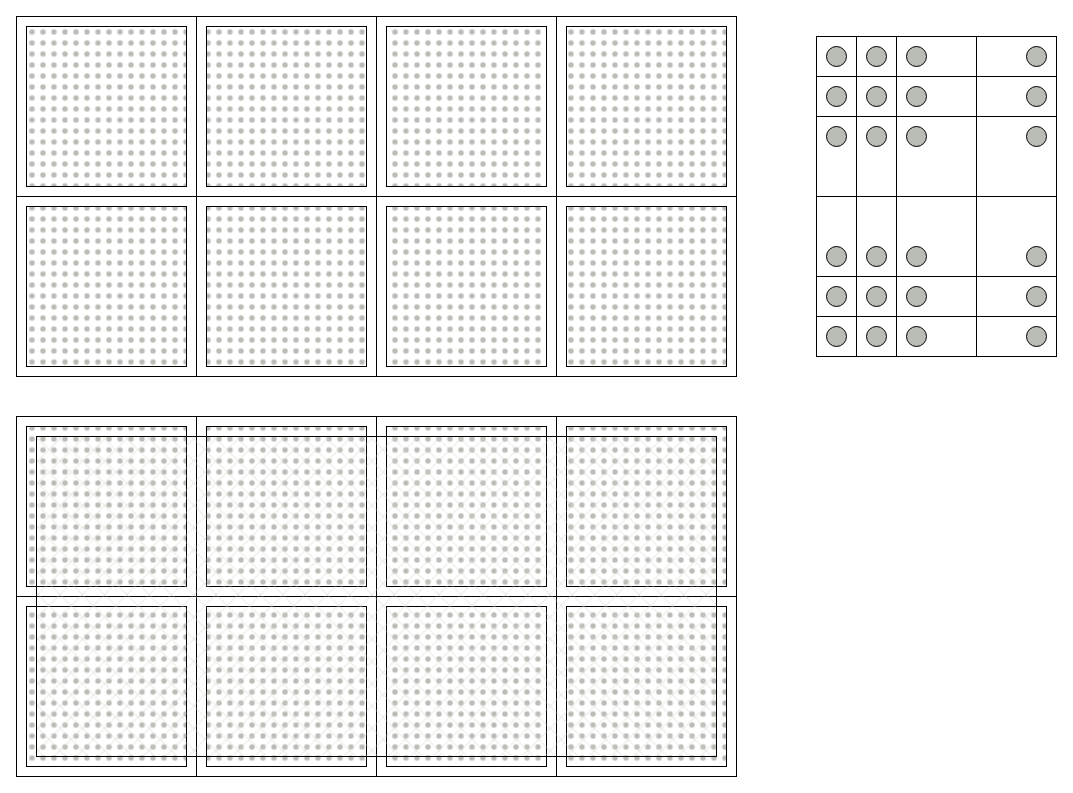
graeme-winter/jungfrau keeps this draw.io diagram as doc/pixels.drawio. Above is the earlier version. Source tidied: cells renumbered, new cells numbered last; positions are measured from the earlier drawing's top-left corner, leaving out a move shared by most shapes. Both pictures are drawn from the tidied source at 100%, with x=0, y=0 at pixel (16, 16).
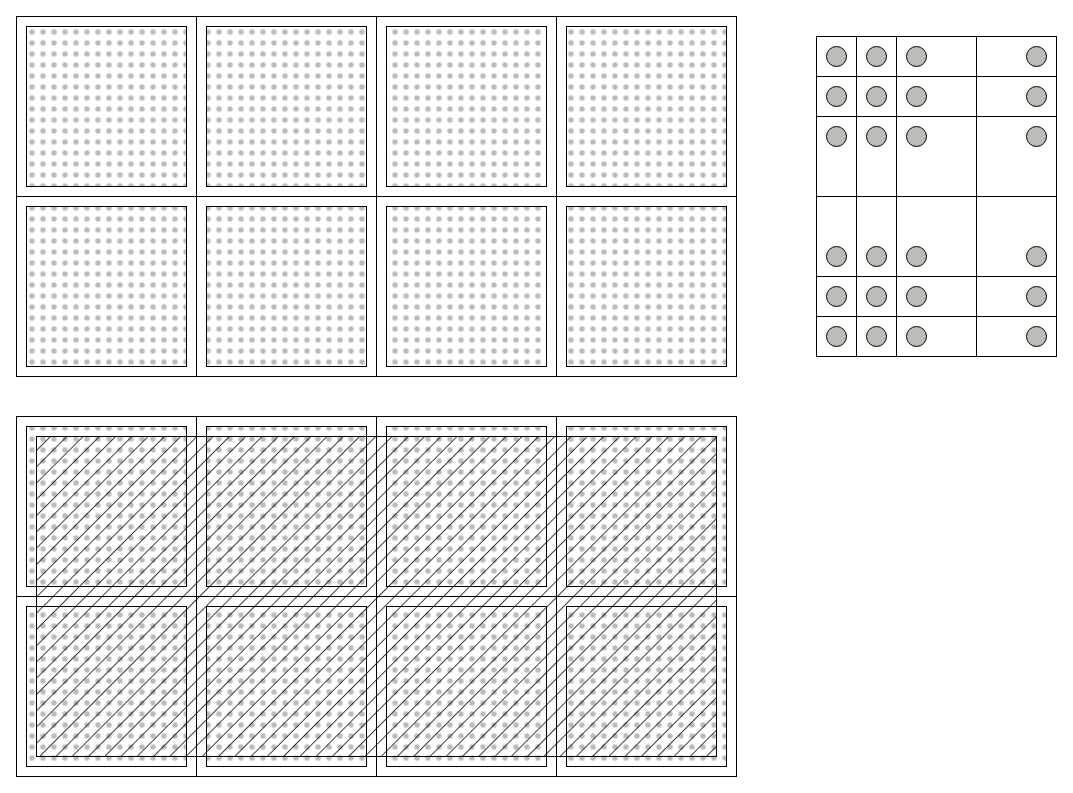
Above is the later version.

Diff of the diagram source:
```diff
@@
-    <mxCell id="34" style="rounded=0;whiteSpace=wrap;html=1;fillColor=#d3d7cf;fillStyle=cross-hatch;" parent="1" vertex="1">
+    <mxCell id="34" style="rounded=0;whiteSpace=wrap;html=1;fillColor=#000000;fillStyle=hatch;" parent="1" vertex="1">
       <mxGeometry x="20" y="420" width="680" height="320" as="geometry" />
     </mxCell>
```
